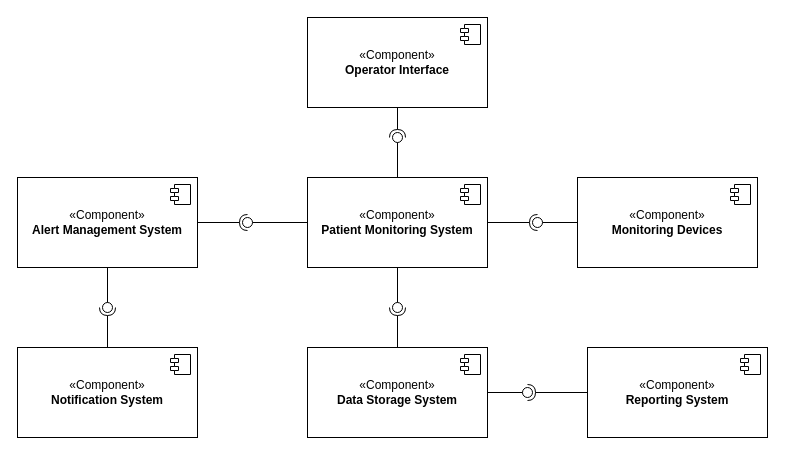
The draw.io diagram Component diagram.drawio in marymakayeva/Practise_project, before the edit. Source tidied: cells renumbered, new cells numbered last; positions are measured from the earlier drawing's top-left corner, leaving out a move shared by most shapes. Both pictures are drawn from the tidied source at 100%, with x=0, y=0 at pixel (17, 17).
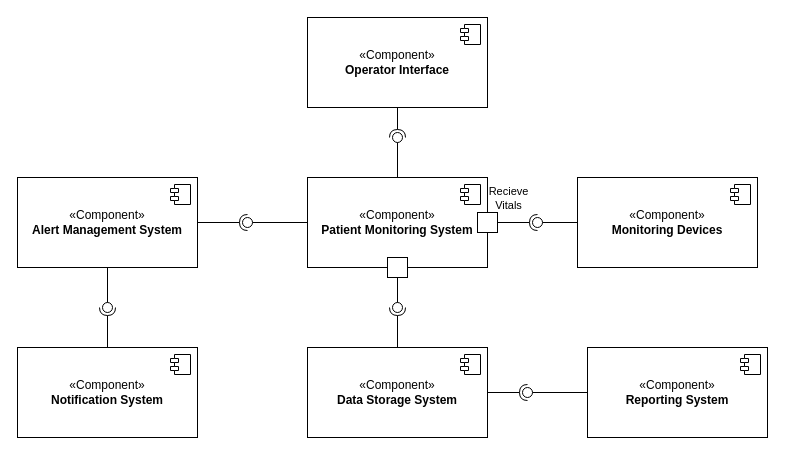
The same diagram, later.

The change refers to these unchanged cells:
```xml
<mxCell id="2" value="«Component»&lt;br&gt;&lt;b&gt;Patient Monitoring System&lt;/b&gt;" style="html=1;whiteSpace=wrap;" parent="1" vertex="1">
  <mxGeometry x="290" y="160" width="180" height="90" as="geometry" />
</mxCell>
<mxCell id="6" value="«Component»&lt;br&gt;&lt;b&gt;Data Storage System&lt;/b&gt;" style="html=1;whiteSpace=wrap;" parent="1" vertex="1">
  <mxGeometry x="290" y="330" width="180" height="90" as="geometry" />
</mxCell>
<mxCell id="14" value="«Component»&lt;br&gt;&lt;b&gt;Reporting&amp;nbsp;System&lt;/b&gt;" style="html=1;whiteSpace=wrap;" parent="1" vertex="1">
  <mxGeometry x="570" y="330" width="180" height="90" as="geometry" />
</mxCell>
```

What changed in the source:
```diff
@@
-    <mxCell id="19" style="rounded=0;jettySize=auto;html=1;endArrow=halfCircle;endFill=0;endSize=6;strokeWidth=1;sketch=0;exitX=1;exitY=0.5;exitDx=0;exitDy=0;" parent="1" edge="1" source="2">
+    <mxCell id="19" style="rounded=0;jettySize=auto;html=1;endArrow=halfCircle;endFill=0;endSize=6;strokeWidth=1;sketch=0;exitX=1;exitY=0.5;exitDx=0;exitDy=0;" parent="1" edge="1" source="37">
       <mxGeometry relative="1" as="geometry">
         <mxPoint x="520" y="205" as="targetPoint" />
       </mxGeometry>
     </mxCell>
@@
-    <mxCell id="28" style="rounded=0;jettySize=auto;html=1;endArrow=halfCircle;endFill=0;endSize=6;strokeWidth=1;sketch=0;exitX=0;exitY=0.5;exitDx=0;exitDy=0;" parent="1" edge="1" source="14">
+    <mxCell id="28" style="rounded=0;jettySize=auto;html=1;endArrow=halfCircle;endFill=0;endSize=6;strokeWidth=1;sketch=0;exitX=1;exitY=0.5;exitDx=0;exitDy=0;" parent="1" edge="1" source="6">
       <mxGeometry relative="1" as="geometry">
         <mxPoint x="510" y="375" as="targetPoint" />
       </mxGeometry>
     </mxCell>
-    <mxCell id="29" style="rounded=0;jettySize=auto;html=1;endArrow=oval;endFill=0;sketch=0;sourcePerimeterSpacing=0;targetPerimeterSpacing=0;endSize=10;exitX=1;exitY=0.5;exitDx=0;exitDy=0;" parent="1" edge="1" source="6">
+    <mxCell id="29" style="rounded=0;jettySize=auto;html=1;endArrow=oval;endFill=0;sketch=0;sourcePerimeterSpacing=0;targetPerimeterSpacing=0;endSize=10;exitX=0;exitY=0.5;exitDx=0;exitDy=0;" parent="1" edge="1" source="14">
       <mxGeometry relative="1" as="geometry">
         <mxPoint x="510" y="375" as="targetPoint" />
       </mxGeometry>
     </mxCell>
@@
+    <mxCell id="34" style="whiteSpace=wrap;html=1;" parent="1" vertex="1">
+      <mxGeometry x="370" y="240" width="20" height="20" as="geometry" />
+    </mxCell>
+    <mxCell id="35" style="rounded=0;jettySize=auto;html=1;endArrow=halfCircle;endFill=0;endSize=6;strokeWidth=1;sketch=0;exitX=1;exitY=0.5;exitDx=0;exitDy=0;" parent="1" edge="1" source="2" target="37">
+      <mxGeometry relative="1" as="geometry" />
+    </mxCell>
+    <mxCell id="36" value="Recieve&lt;div&gt;Vitals&lt;/div&gt;" style="edgeLabel;html=1;align=center;verticalAlign=middle;" parent="35" vertex="1">
+      <mxGeometry x="-0.28" y="-1" relative="1" as="geometry">
+        <mxPoint x="16" y="-26" as="offset" />
+      </mxGeometry>
+    </mxCell>
+    <mxCell id="37" style="whiteSpace=wrap;html=1;" parent="1" vertex="1">
+      <mxGeometry x="460" y="195" width="20" height="20" as="geometry" />
+    </mxCell>
```
